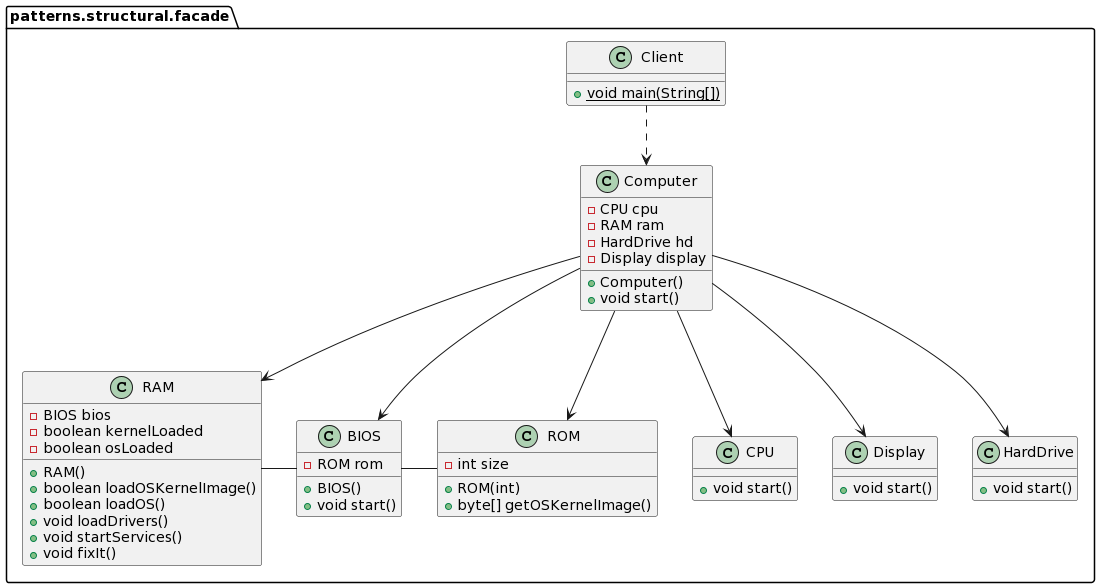
Earlier version of the PlantUML export umls/structural/FacadeUML.png (MertBaran/Design-Patterns).
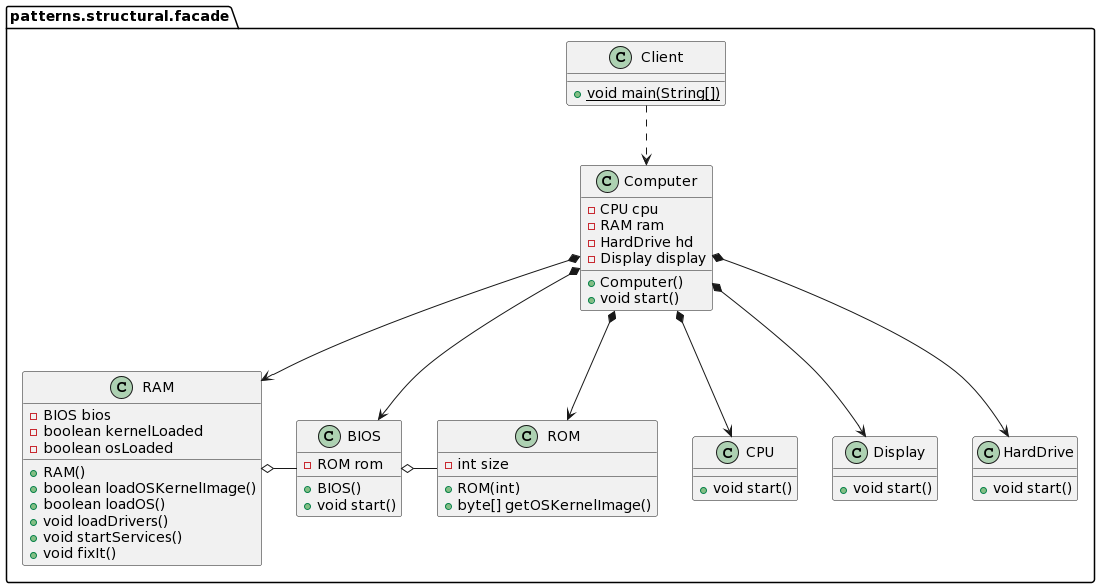
The same file after the commit.

Change to the diagram source:
```diff
@@ -41,12 +41,12 @@
 + void start()
 }
 patterns.structural.facade.Client ..> patterns.structural.facade.Computer
-patterns.structural.facade.BIOS - patterns.structural.facade.ROM
-patterns.structural.facade.RAM - patterns.structural.facade.BIOS
-patterns.structural.facade.Computer --> patterns.structural.facade.BIOS
-patterns.structural.facade.Computer --> patterns.structural.facade.CPU
-patterns.structural.facade.Computer --> patterns.structural.facade.Display
-patterns.structural.facade.Computer --> patterns.structural.facade.HardDrive
-patterns.structural.facade.Computer --> patterns.structural.facade.RAM
-patterns.structural.facade.Computer --> patterns.structural.facade.ROM
+patterns.structural.facade.BIOS o- patterns.structural.facade.ROM
+patterns.structural.facade.RAM o- patterns.structural.facade.BIOS
+patterns.structural.facade.Computer *--> patterns.structural.facade.BIOS
+patterns.structural.facade.Computer *--> patterns.structural.facade.CPU
+patterns.structural.facade.Computer *--> patterns.structural.facade.Display
+patterns.structural.facade.Computer *--> patterns.structural.facade.HardDrive
+patterns.structural.facade.Computer *--> patterns.structural.facade.RAM
+patterns.structural.facade.Computer *--> patterns.structural.facade.ROM
 @enduml
```
